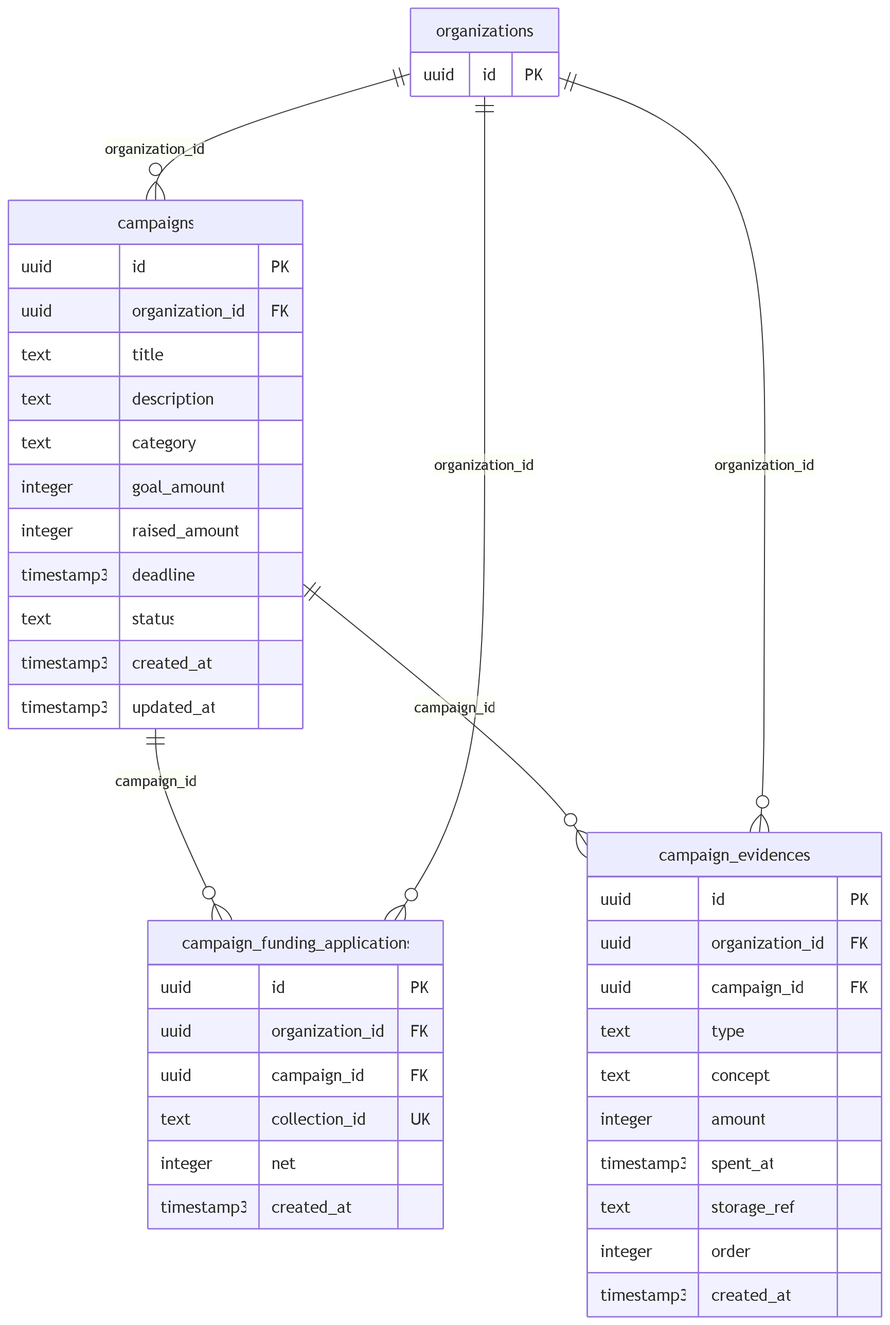
Before: docs/diccionario-datos/mer/mer-campaigns.png, a diagram exported from Mermaid (AGamez10/AdoptaFacil). Its source is kept beside it as docs/diccionario-datos/mer/mer-campaigns.mmd. Its diagram source:
```mermaid
erDiagram
  campaigns {
    uuid id PK
    uuid organization_id FK
    text title
    text description
    text category
    integer goal_amount
    integer raised_amount
    timestamp3 deadline
    text status
    timestamp3 created_at
    timestamp3 updated_at
  }
  campaign_funding_applications {
    uuid id PK
    uuid organization_id FK
    uuid campaign_id FK
    text collection_id UK
    integer net
    timestamp3 created_at
  }
  campaign_evidences {
    uuid id PK
    uuid organization_id FK
    uuid campaign_id FK
    text type
    text concept
    integer amount
    timestamp3 spent_at
    text storage_ref
    integer order
    timestamp3 created_at
  }
  organizations {
    uuid id PK
  }
  organizations ||--o{ campaigns : "organization_id"
  campaigns ||--o{ campaign_funding_applications : "campaign_id"
  organizations ||--o{ campaign_funding_applications : "organization_id"
  campaigns ||--o{ campaign_evidences : "campaign_id"
  organizations ||--o{ campaign_evidences : "organization_id"
```
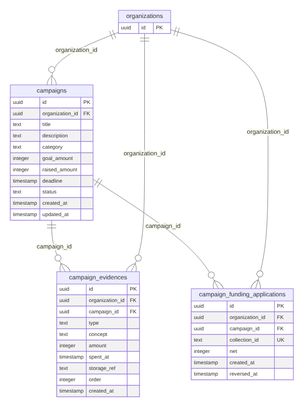
After the commit.

What changed in the source:
```diff
@@ -1,4 +1,25 @@
 erDiagram
+  campaign_evidences {
+    uuid id PK
+    uuid organization_id FK
+    uuid campaign_id FK
+    text type
+    text concept
+    integer amount
+    timestamp spent_at
+    text storage_ref
+    integer order
+    timestamp created_at
+  }
+  campaign_funding_applications {
+    uuid id PK
+    uuid organization_id FK
+    uuid campaign_id FK
+    text collection_id UK
+    integer net
+    timestamp created_at
+    timestamp reversed_at
+  }
   campaigns {
     uuid id PK
     uuid organization_id FK
@@ -7,36 +28,16 @@
     text category
     integer goal_amount
     integer raised_amount
-    timestamp3 deadline
+    timestamp deadline
     text status
-    timestamp3 created_at
-    timestamp3 updated_at
-  }
-  campaign_funding_applications {
-    uuid id PK
-    uuid organization_id FK
-    uuid campaign_id FK
-    text collection_id UK
-    integer net
-    timestamp3 created_at
-  }
-  campaign_evidences {
-    uuid id PK
-    uuid organization_id FK
-    uuid campaign_id FK
-    text type
-    text concept
-    integer amount
-    timestamp3 spent_at
-    text storage_ref
-    integer order
-    timestamp3 created_at
+    timestamp created_at
+    timestamp updated_at
   }
   organizations {
     uuid id PK
   }
-  organizations ||--o{ campaigns : "organization_id"
+  campaigns ||--o{ campaign_evidences : "campaign_id"
+  organizations ||--o{ campaign_evidences : "organization_id"
   campaigns ||--o{ campaign_funding_applications : "campaign_id"
   organizations ||--o{ campaign_funding_applications : "organization_id"
-  campaigns ||--o{ campaign_evidences : "campaign_id"
-  organizations ||--o{ campaign_evidences : "organization_id"
+  organizations ||--o{ campaigns : "organization_id"
```
